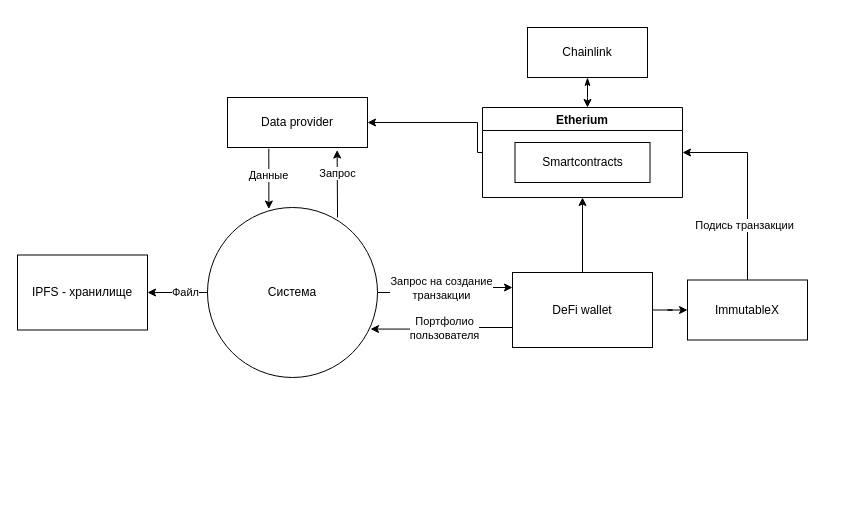
careock/diagrams keeps this draw.io diagram as CE/Контекстная.drawio. Above is the earlier version. Source tidied: cells renumbered, new cells numbered last; positions are measured from the earlier drawing's top-left corner, leaving out a move shared by most shapes. Both pictures are drawn from the tidied source at 100%, with x=0, y=0 at pixel (17, 27).
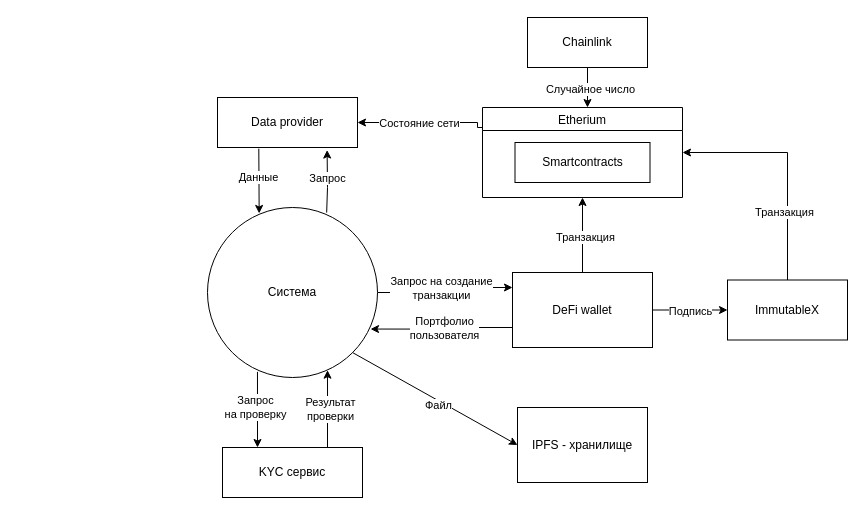
After the change.

Unchanged cells that the change refers to:
```xml
<mxCell id="4" style="edgeStyle=orthogonalEdgeStyle;rounded=0;jettySize=auto;html=1;entryX=0.5;entryY=0;entryDx=0;entryDy=0;startArrow=classic;startFill=1;endArrow=none;endFill=0;exitX=1;exitY=0.5;exitDx=0;exitDy=0;" parent="1" edge="1" source="20" target="8">
  <mxGeometry relative="1" as="geometry" />
</mxCell>
<mxCell id="6" value="Система" style="ellipse;whiteSpace=wrap;html=1;" parent="1" vertex="1">
  <mxGeometry x="190" y="180" width="170" height="170" as="geometry" />
</mxCell>
<mxCell id="7" style="edgeStyle=orthogonalEdgeStyle;rounded=0;jettySize=auto;html=1;startArrow=classic;startFill=1;endArrow=none;endFill=0;" parent="1" edge="1" source="8" target="12">
  <mxGeometry relative="1" as="geometry" />
</mxCell>
<mxCell id="11" style="edgeStyle=orthogonalEdgeStyle;rounded=0;jettySize=auto;html=1;" parent="1" edge="1" source="12" target="20">
  <mxGeometry relative="1" as="geometry" />
</mxCell>
```

Diff of the diagram source:
```diff
@@
-    <mxCell id="5" value="Подись транзакции" style="edgeLabel;html=1;align=center;verticalAlign=middle;" parent="4" vertex="1">
+    <mxCell id="5" value="Транзакция" style="edgeLabel;html=1;align=center;verticalAlign=middle;" parent="4" vertex="1">
       <mxGeometry x="0.35" y="-2" relative="1" as="geometry">
         <mxPoint x="-2" y="7" as="offset" />
       </mxGeometry>
     </mxCell>
+    <mxCell id="26" style="edgeStyle=orthogonalEdgeStyle;rounded=0;jettySize=auto;html=1;strokeColor=default;startArrow=none;startFill=0;endArrow=classic;endFill=1;entryX=0.25;entryY=0;entryDx=0;entryDy=0;exitX=0.294;exitY=0.967;exitDx=0;exitDy=0;exitPerimeter=0;" parent="1" edge="1" source="6" target="34">
+      <mxGeometry relative="1" as="geometry" />
+    </mxCell>
+    <mxCell id="27" value="Запрос &lt;br&gt;на проверку" style="edgeLabel;html=1;align=center;verticalAlign=middle;" parent="26" vertex="1">
+      <mxGeometry x="-0.25" y="-2" relative="1" as="geometry">
+        <mxPoint y="7" as="offset" />
+      </mxGeometry>
+    </mxCell>
@@
+    <mxCell id="28" value="Подпись" style="edgeLabel;html=1;align=center;verticalAlign=middle;" parent="7" vertex="1">
+      <mxGeometry y="1" relative="1" as="geometry" />
+    </mxCell>
     <mxCell id="8" value="ImmutableX" style="rounded=0;whiteSpace=wrap;html=1;" parent="1" vertex="1">
-      <mxGeometry x="670" y="252.5" width="120" height="60" as="geometry" />
+      <mxGeometry x="710" y="252.5" width="120" height="60" as="geometry" />
     </mxCell>
@@
+    <mxCell id="29" value="Транзакция" style="edgeLabel;html=1;align=center;verticalAlign=middle;" parent="11" vertex="1">
+      <mxGeometry x="-0.03" y="-2" relative="1" as="geometry" />
+    </mxCell>
@@
-    <mxCell id="13" style="edgeStyle=orthogonalEdgeStyle;rounded=0;jettySize=auto;html=1;strokeColor=default;startArrow=classic;startFill=1;endArrow=none;endFill=0;exitX=1;exitY=0.5;exitDx=0;exitDy=0;" parent="1" edge="1" source="14" target="20">
+    <mxCell id="13" style="edgeStyle=orthogonalEdgeStyle;rounded=0;jettySize=auto;html=1;strokeColor=default;startArrow=classic;startFill=1;endArrow=none;endFill=0;exitX=1;exitY=0.5;exitDx=0;exitDy=0;entryX=0;entryY=0.141;entryDx=0;entryDy=0;entryPerimeter=0;" parent="1" edge="1" source="14" target="20">
       <mxGeometry relative="1" as="geometry">
         <Array as="points">
           <mxPoint x="460" y="95" />
-          <mxPoint x="460" y="125" />
+          <mxPoint x="460" y="100" />
+          <mxPoint x="465" y="100" />
         </Array>
       </mxGeometry>
     </mxCell>
+    <mxCell id="30" value="Состояние сети" style="edgeLabel;html=1;align=center;verticalAlign=middle;" parent="13" vertex="1">
+      <mxGeometry x="-0.14" y="-3" relative="1" as="geometry">
+        <mxPoint x="2" y="-3" as="offset" />
+      </mxGeometry>
+    </mxCell>
     <mxCell id="14" value="Data provider" style="rounded=0;whiteSpace=wrap;html=1;" parent="1" vertex="1">
-      <mxGeometry x="210" y="70" width="140" height="50" as="geometry" />
+      <mxGeometry x="200" y="70" width="140" height="50" as="geometry" />
     </mxCell>
-    <mxCell id="15" style="endArrow=none;html=1;rounded=0;startArrow=classic;startFill=1;endFill=0;entryX=0.295;entryY=1.023;entryDx=0;entryDy=0;entryPerimeter=0;exitX=0.361;exitY=0.009;exitDx=0;exitDy=0;exitPerimeter=0;" parent="1" edge="1" source="6" target="14">
+    <mxCell id="15" style="endArrow=none;html=1;rounded=0;startArrow=classic;startFill=1;endFill=0;entryX=0.295;entryY=1.023;entryDx=0;entryDy=0;entryPerimeter=0;exitX=0.304;exitY=0.035;exitDx=0;exitDy=0;exitPerimeter=0;" parent="1" edge="1" source="6" target="14">
       <mxGeometry relative="1" as="geometry" />
     </mxCell>
@@
-    <mxCell id="17" style="edgeStyle=orthogonalEdgeStyle;rounded=0;jettySize=auto;html=1;startArrow=classic;startFill=1;endArrow=none;endFill=0;entryX=0;entryY=0.5;entryDx=0;entryDy=0;" parent="1" edge="1" source="19" target="6">
+    <mxCell id="17" style="rounded=0;jettySize=auto;html=1;startArrow=classic;startFill=1;endArrow=none;endFill=0;entryX=1;entryY=1;entryDx=0;entryDy=0;exitX=0;exitY=0.5;exitDx=0;exitDy=0;" parent="1" edge="1" source="19" target="6">
       <mxGeometry relative="1" as="geometry" />
     </mxCell>
     <mxCell id="18" value="Файл" style="edgeLabel;html=1;align=center;verticalAlign=middle;" parent="17" vertex="1">
       <mxGeometry x="-0.3" y="1" relative="1" as="geometry">
-        <mxPoint x="16" as="offset" />
+        <mxPoint x="-21" y="-9" as="offset" />
       </mxGeometry>
     </mxCell>
     <mxCell id="19" value="IPFS - хранилище" style="rounded=0;whiteSpace=wrap;html=1;" parent="1" vertex="1">
-      <mxGeometry y="227.5" width="130" height="75" as="geometry" />
+      <mxGeometry x="500" y="380" width="130" height="75" as="geometry" />
     </mxCell>
-    <mxCell id="20" value="Etherium" style="swimlane;startSize=23;" parent="1" vertex="1">
+    <mxCell id="20" value="Etherium" style="swimlane;startSize=23;fontStyle=0;" parent="1" vertex="1">
       <mxGeometry x="465" y="80" width="200" height="90" as="geometry" />
     </mxCell>
@@
-    <mxCell id="22" style="edgeStyle=orthogonalEdgeStyle;rounded=0;jettySize=auto;html=1;startArrow=classicThin;startFill=1;entryX=0.7;entryY=0;entryDx=0;entryDy=0;entryPerimeter=0;" parent="1" edge="1" source="23">
+    <mxCell id="22" style="edgeStyle=orthogonalEdgeStyle;rounded=0;jettySize=auto;html=1;startArrow=none;startFill=0;entryX=0.7;entryY=0;entryDx=0;entryDy=0;entryPerimeter=0;" parent="1" edge="1" source="23">
       <mxGeometry relative="1" as="geometry">
         <mxPoint x="570" y="80" as="targetPoint" />
       </mxGeometry>
     </mxCell>
+    <mxCell id="31" value="Случайное число" style="edgeLabel;html=1;align=center;verticalAlign=middle;" parent="22" vertex="1">
+      <mxGeometry x="0.07" y="2" relative="1" as="geometry" />
+    </mxCell>
     <mxCell id="23" value="Chainlink" style="rounded=0;whiteSpace=wrap;html=1;" parent="1" vertex="1">
-      <mxGeometry x="510" width="120" height="50" as="geometry" />
+      <mxGeometry x="510" y="-10" width="120" height="50" as="geometry" />
     </mxCell>
-    <mxCell id="24" style="endArrow=classic;html=1;rounded=0;strokeColor=default;exitX=0.765;exitY=0.059;exitDx=0;exitDy=0;exitPerimeter=0;entryX=0.783;entryY=1.051;entryDx=0;entryDy=0;entryPerimeter=0;" parent="1" edge="1" source="6" target="14">
-      <mxGeometry relative="1" as="geometry" />
+    <mxCell id="24" style="endArrow=classic;html=1;rounded=0;strokeColor=default;exitX=0.701;exitY=0.03;exitDx=0;exitDy=0;exitPerimeter=0;entryX=0.783;entryY=1.051;entryDx=0;entryDy=0;entryPerimeter=0;" parent="1" edge="1" source="6" target="14">
+      <mxGeometry relative="1" as="geometry">
+        <Array as="points">
+          <mxPoint x="310" y="160" />
+        </Array>
+      </mxGeometry>
     </mxCell>
     <mxCell id="25" value="Запрос" style="edgeLabel;html=1;align=center;verticalAlign=middle;" parent="24" vertex="1">
       <mxGeometry x="0.01" relative="1" as="geometry">
-        <mxPoint y="-11" as="offset" />
+        <mxPoint y="-3" as="offset" />
       </mxGeometry>
     </mxCell>
+    <mxCell id="32" style="edgeStyle=orthogonalEdgeStyle;rounded=0;jettySize=auto;html=1;strokeColor=default;startArrow=none;startFill=0;endArrow=classic;endFill=1;exitX=0.75;exitY=0;exitDx=0;exitDy=0;entryX=0.706;entryY=0.957;entryDx=0;entryDy=0;entryPerimeter=0;" parent="1" edge="1" source="34" target="6">
+      <mxGeometry relative="1" as="geometry" />
+    </mxCell>
+    <mxCell id="33" value="Результат &lt;br&gt;проверки" style="edgeLabel;html=1;align=center;verticalAlign=middle;" parent="32" vertex="1">
+      <mxGeometry x="-0.29" y="-2" relative="1" as="geometry">
+        <mxPoint y="-12" as="offset" />
+      </mxGeometry>
+    </mxCell>
+    <mxCell id="34" value="KYC сервис" style="rounded=0;whiteSpace=wrap;html=1;" parent="1" vertex="1">
+      <mxGeometry x="205" y="420" width="140" height="50" as="geometry" />
+    </mxCell>
```
